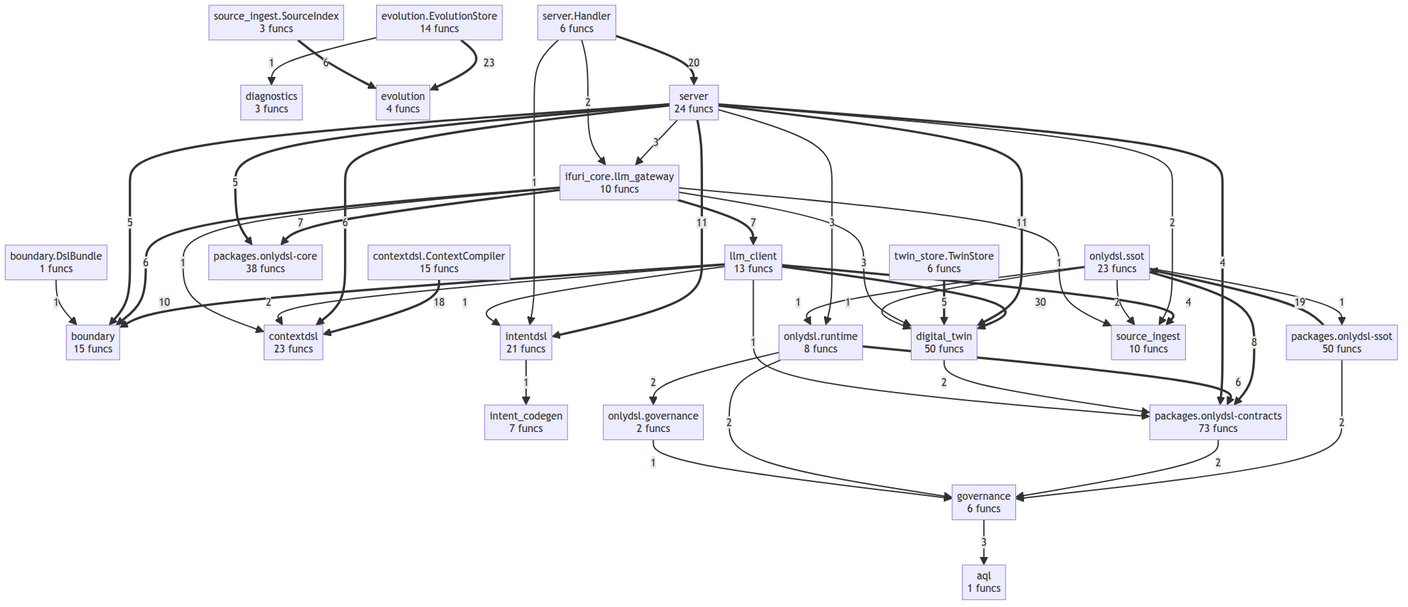
Earlier version of the Mermaid export project/compact_flow.png (tom-sapletta-com/onlyDSL). Its source is kept beside it as project/compact_flow.mmd.
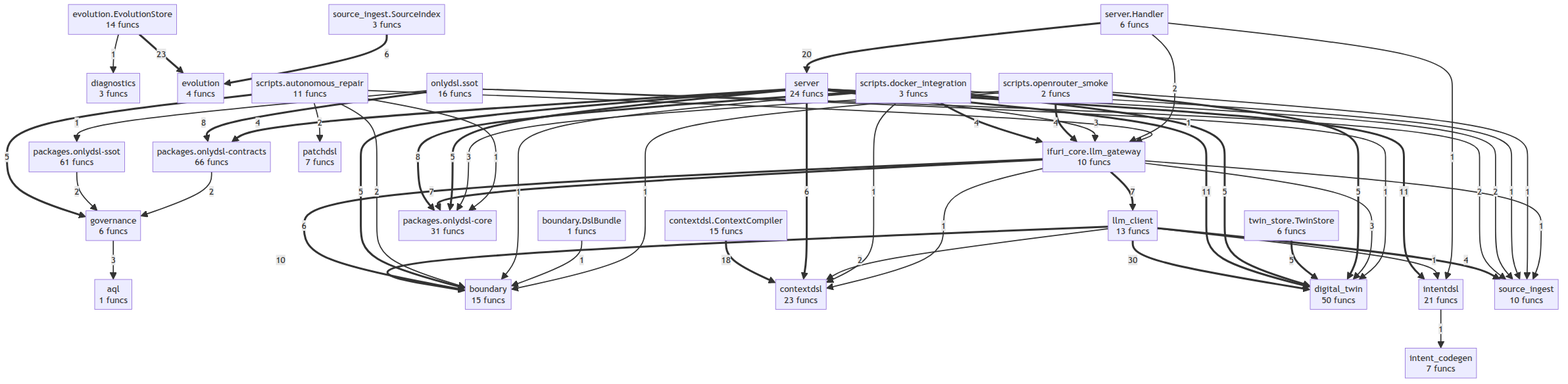
Above is the later version.

What changed in the source:
```diff
@@ -13,12 +13,14 @@
     intent_codegen["intent_codegen<br/>7 funcs"]
     intentdsl["intentdsl<br/>21 funcs"]
     llm_client["llm_client<br/>13 funcs"]
-    onlydsl__governance["onlydsl.governance<br/>2 funcs"]
-    onlydsl__runtime["onlydsl.runtime<br/>8 funcs"]
-    onlydsl__ssot["onlydsl.ssot<br/>23 funcs"]
-    packages__onlydsl_contracts["packages.onlydsl-contracts<br/>73 funcs"]
-    packages__onlydsl_core["packages.onlydsl-core<br/>38 funcs"]
-    packages__onlydsl_ssot["packages.onlydsl-ssot<br/>50 funcs"]
+    onlydsl__ssot["onlydsl.ssot<br/>16 funcs"]
+    packages__onlydsl_contracts["packages.onlydsl-contracts<br/>66 funcs"]
+    packages__onlydsl_core["packages.onlydsl-core<br/>31 funcs"]
+    packages__onlydsl_ssot["packages.onlydsl-ssot<br/>61 funcs"]
+    patchdsl["patchdsl<br/>7 funcs"]
+    scripts__autonomous_repair["scripts.autonomous_repair<br/>11 funcs"]
+    scripts__docker_integration["scripts.docker_integration<br/>3 funcs"]
+    scripts__openrouter_smoke["scripts.openrouter_smoke<br/>2 funcs"]
     server["server<br/>24 funcs"]
     server__Handler["server.Handler<br/>6 funcs"]
     source_ingest["source_ingest<br/>10 funcs"]
@@ -27,45 +29,52 @@
     llm_client ==>|30| digital_twin
     evolution__EvolutionStore ==>|23| evolution
     server__Handler ==>|20| server
-    packages__onlydsl_ssot ==>|19| onlydsl__ssot
     contextdsl__ContextCompiler ==>|18| contextdsl
     server ==>|11| intentdsl
     server ==>|11| digital_twin
     llm_client ==>|10| boundary
+    scripts__docker_integration ==>|8| packages__onlydsl_core
     onlydsl__ssot ==>|8| packages__onlydsl_contracts
     ifuri_core__llm_gateway ==>|7| packages__onlydsl_core
     ifuri_core__llm_gateway ==>|7| llm_client
     server ==>|6| contextdsl
     source_ingest__SourceIndex ==>|6| evolution
     ifuri_core__llm_gateway ==>|6| boundary
-    onlydsl__runtime ==>|6| packages__onlydsl_contracts
+    scripts__docker_integration ==>|5| digital_twin
+    twin_store__TwinStore ==>|5| digital_twin
+    scripts__autonomous_repair ==>|5| governance
+    scripts__openrouter_smoke ==>|5| digital_twin
     server ==>|5| packages__onlydsl_core
     server ==>|5| boundary
-    twin_store__TwinStore ==>|5| digital_twin
+    scripts__docker_integration ==>|4| ifuri_core__llm_gateway
+    scripts__openrouter_smoke ==>|4| ifuri_core__llm_gateway
+    llm_client ==>|4| source_ingest
     server ==>|4| packages__onlydsl_contracts
-    llm_client ==>|4| source_ingest
-    server -->|3| onlydsl__runtime
+    governance -->|3| aql
+    scripts__openrouter_smoke -->|3| packages__onlydsl_core
     server -->|3| ifuri_core__llm_gateway
-    governance -->|3| aql
     ifuri_core__llm_gateway -->|3| digital_twin
+    packages__onlydsl_ssot -->|2| governance
+    scripts__autonomous_repair -->|2| boundary
+    scripts__autonomous_repair -->|2| patchdsl
+    packages__onlydsl_contracts -->|2| governance
+    llm_client -->|2| contextdsl
+    onlydsl__ssot -->|2| source_ingest
     server -->|2| source_ingest
     server__Handler -->|2| ifuri_core__llm_gateway
-    llm_client -->|2| contextdsl
-    digital_twin -->|2| packages__onlydsl_contracts
-    packages__onlydsl_ssot -->|2| governance
-    packages__onlydsl_contracts -->|2| governance
-    onlydsl__runtime -->|2| onlydsl__governance
-    onlydsl__runtime -->|2| governance
-    onlydsl__ssot -->|2| source_ingest
     evolution__EvolutionStore -->|1| diagnostics
+    scripts__docker_integration -->|1| boundary
+    scripts__docker_integration -->|1| contextdsl
+    scripts__docker_integration -->|1| source_ingest
+    scripts__autonomous_repair -->|1| ifuri_core__llm_gateway
+    scripts__autonomous_repair -->|1| packages__onlydsl_core
+    boundary__DslBundle -->|1| boundary
+    scripts__openrouter_smoke -->|1| source_ingest
+    scripts__openrouter_smoke -->|1| boundary
+    llm_client -->|1| intentdsl
+    onlydsl__ssot -->|1| digital_twin
+    onlydsl__ssot -->|1| packages__onlydsl_ssot
     server__Handler -->|1| intentdsl
-    llm_client -->|1| intentdsl
-    llm_client -->|1| packages__onlydsl_contracts
     intentdsl -->|1| intent_codegen
-    boundary__DslBundle -->|1| boundary
     ifuri_core__llm_gateway -->|1| contextdsl
     ifuri_core__llm_gateway -->|1| source_ingest
-    onlydsl__governance -->|1| governance
-    onlydsl__ssot -->|1| onlydsl__runtime
-    onlydsl__ssot -->|1| digital_twin
-    onlydsl__ssot -->|1| packages__onlydsl_ssot
```
